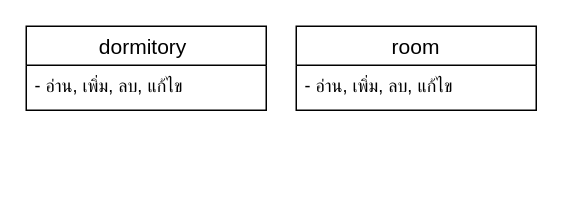
WanchaiSae/rentHorPa keeps this draw.io diagram as page "หน้า-2" (2 of 2) of databaseDesign.drawio. Above is the earlier version. Source tidied: cells renumbered, new cells numbered last; positions are measured from the earlier drawing's top-left corner, leaving out a move shared by most shapes. Both pictures are drawn from the tidied source at 150%, with x=0, y=0 at pixel (26, 26).
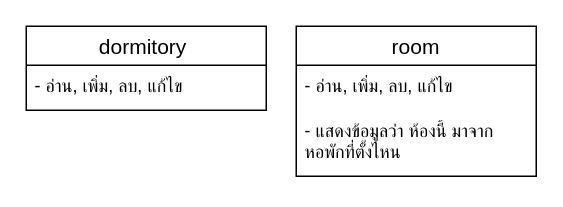
After the change.

Commit message:
Updated - System Design draw.io

What changed in the source:
```diff
@@
 <mxGraphModel>
   <root>
     <mxCell id="0" />
     <mxCell id="1" parent="0" />
     <mxCell id="2" value="dormitory " style="swimlane;fontStyle=0;horizontal=1;startSize=26;align=center;fontSize=14;" parent="1" vertex="1">
       <mxGeometry width="160" height="56" as="geometry" />
     </mxCell>
     <mxCell id="3" value="- อ่าน, เพิ่ม, ลบ, แก้ไข" style="text;strokeColor=none;fillColor=none;spacingLeft=4;spacingRight=4;overflow=hidden;fontSize=12;whiteSpace=wrap;html=1;" parent="2" vertex="1">
       <mxGeometry y="26" width="160" height="30" as="geometry" />
     </mxCell>
     <mxCell id="4" value="room" style="swimlane;fontStyle=0;horizontal=1;startSize=26;align=center;fontSize=14;" parent="1" vertex="1">
-      <mxGeometry x="180" width="160" height="56" as="geometry" />
+      <mxGeometry x="180" width="160" height="100" as="geometry" />
     </mxCell>
     <mxCell id="5" value="- อ่าน,&amp;nbsp;เพิ่ม, ลบ, แก้ไข" style="text;strokeColor=none;fillColor=none;spacingLeft=4;spacingRight=4;overflow=hidden;fontSize=12;whiteSpace=wrap;html=1;" parent="4" vertex="1">
       <mxGeometry y="26" width="160" height="30" as="geometry" />
     </mxCell>
+    <mxCell id="6" value="- แสดงข้อมูลว่า ห้องนี้ มาจาก หอพักที่ตั้งไหน" style="text;strokeColor=none;fillColor=none;spacingLeft=4;spacingRight=4;overflow=hidden;fontSize=12;whiteSpace=wrap;html=1;" parent="4" vertex="1">
+      <mxGeometry y="56" width="160" height="44" as="geometry" />
+    </mxCell>
   </root>
 </mxGraphModel>
```
